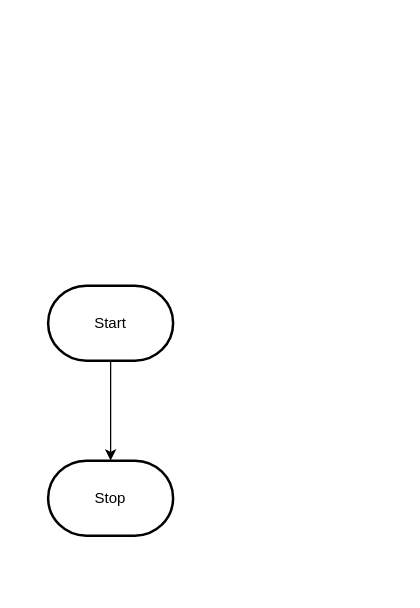
Before: design/flowchart.drawio in Trisha-Ray/ICD2O-Final-Project-trisha.ray, a draw.io diagram. Source tidied: cells renumbered, new cells numbered last; positions are measured from the earlier drawing's top-left corner, leaving out a move shared by most shapes. Both pictures are drawn from the tidied source at 125%, with x=0, y=0 at pixel (48, 285).
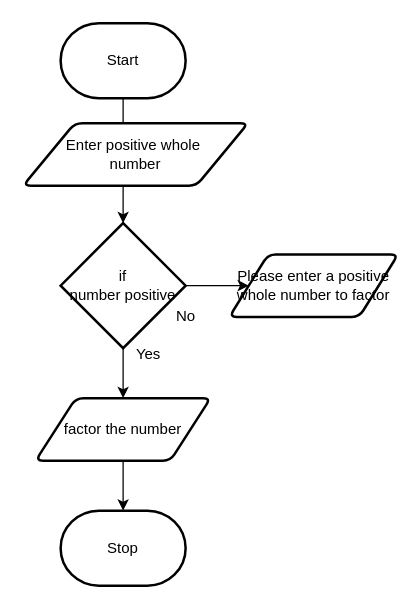
After the change.

Commit message (it also covers changes not shown here):
storyboard and flowchart

What changed in the source:
```diff
@@
 <mxGraphModel>
   <root>
     <mxCell id="0" />
     <mxCell id="1" parent="0" />
-    <mxCell id="2" style="edgeStyle=orthogonalEdgeStyle;html=1;rounded=0;" parent="1" edge="1" source="3" target="4">
+    <mxCell id="2" style="edgeStyle=orthogonalEdgeStyle;html=1;rounded=0;" parent="1" edge="1" source="13" target="4">
       <mxGeometry relative="1" as="geometry" />
     </mxCell>
+    <mxCell id="5" style="edgeStyle=none;html=1;" parent="1" edge="1" source="3" target="8">
+      <mxGeometry relative="1" as="geometry" />
+    </mxCell>
     <mxCell id="3" value="Start" style="strokeWidth=2;html=1;shape=mxgraph.flowchart.terminator;whiteSpace=wrap;" parent="1" vertex="1">
-      <mxGeometry width="100" height="60" as="geometry" />
+      <mxGeometry x="10" y="-210" width="100" height="60" as="geometry" />
     </mxCell>
     <mxCell id="4" value="Stop" style="strokeWidth=2;html=1;shape=mxgraph.flowchart.terminator;whiteSpace=wrap;" parent="1" vertex="1">
-      <mxGeometry y="140" width="100" height="60" as="geometry" />
+      <mxGeometry x="10" y="180" width="100" height="60" as="geometry" />
     </mxCell>
+    <mxCell id="6" value="Enter positive whole&amp;nbsp;&lt;div&gt;number&lt;/div&gt;" style="shape=parallelogram;html=1;strokeWidth=2;perimeter=parallelogramPerimeter;whiteSpace=wrap;rounded=1;arcSize=12;size=0.23;" parent="1" vertex="1">
+      <mxGeometry x="-20" y="-130" width="180" height="50" as="geometry" />
+    </mxCell>
+    <mxCell id="7" style="edgeStyle=none;html=1;" parent="1" edge="1" source="8" target="11">
+      <mxGeometry relative="1" as="geometry" />
+    </mxCell>
+    <mxCell id="8" value="if&lt;div&gt;number positive&lt;/div&gt;" style="strokeWidth=2;html=1;shape=mxgraph.flowchart.decision;whiteSpace=wrap;" parent="1" vertex="1">
+      <mxGeometry x="10" y="-50" width="100" height="100" as="geometry" />
+    </mxCell>
+    <mxCell id="9" value="No" style="text;html=1;align=center;verticalAlign=middle;strokeColor=none;fillColor=none;" parent="1" vertex="1">
+      <mxGeometry x="90" y="10" width="40" height="30" as="geometry" />
+    </mxCell>
+    <mxCell id="10" value="Yes" style="text;html=1;align=center;verticalAlign=middle;strokeColor=none;fillColor=none;" parent="1" vertex="1">
+      <mxGeometry x="60" y="40" width="40" height="30" as="geometry" />
+    </mxCell>
+    <mxCell id="11" value="Please enter a positive&lt;div&gt;whole number to factor&lt;/div&gt;" style="shape=parallelogram;html=1;strokeWidth=2;perimeter=parallelogramPerimeter;whiteSpace=wrap;rounded=1;arcSize=12;size=0.23;" parent="1" vertex="1">
+      <mxGeometry x="145" y="-25" width="135" height="50" as="geometry" />
+    </mxCell>
+    <mxCell id="12" style="edgeStyle=orthogonalEdgeStyle;html=1;rounded=0;" parent="1" edge="1" source="8" target="13">
+      <mxGeometry relative="1" as="geometry" />
+    </mxCell>
+    <mxCell id="13" value="factor the number" style="shape=parallelogram;html=1;strokeWidth=2;perimeter=parallelogramPerimeter;whiteSpace=wrap;rounded=1;arcSize=12;size=0.23;" parent="1" vertex="1">
+      <mxGeometry x="-10" y="90" width="140" height="50" as="geometry" />
+    </mxCell>
   </root>
 </mxGraphModel>
```
